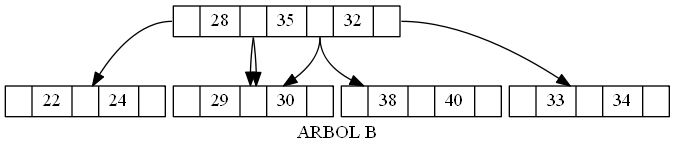
hr9457/EDD_1S2020_PY2_201314296 keeps this Graphviz diagram as EDD_Proyecto2/Reportes/B.png. Above is the earlier version. Its source is kept beside it as EDD_Proyecto2/ArchivosDot/B.dot.
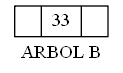
After the commit.

What changed in the source:
```diff
@@ -1,18 +1,6 @@
 digraph B{
 nodesep=0.08;
 node [shape=record,width=0.1,height=0.1];
-nodo28[label="<h0>| 28| <h1>| 35| <h2>| 32| <h3>" ];
-nodo22[label="<h0>| 22| <h1>| 24| <h2>" ];
-nodo29[label="<h0>| 29| <h1>| 30| <h2>" ];
-nodo29[label="<h0>| 29| <h1>| 30| <h2>" ];
-nodo38[label="<h0>| 38| <h1>| 40| <h2>" ];
-nodo29[label="<h0>| 29| <h1>| 30| <h2>" ];
-nodo33[label="<h0>| 33| <h1>| 34| <h2>" ];
-nodo28:h0->nodo22;
-nodo28:h1->nodo29;
-nodo28:h1->nodo29;
-nodo28:h2->nodo38;
-nodo28:h2->nodo29;
-nodo28:h3->nodo33;
+nodo33[label="<h0>| 33| <h1>" ];
 label = " ARBOL B ";
 }
```
